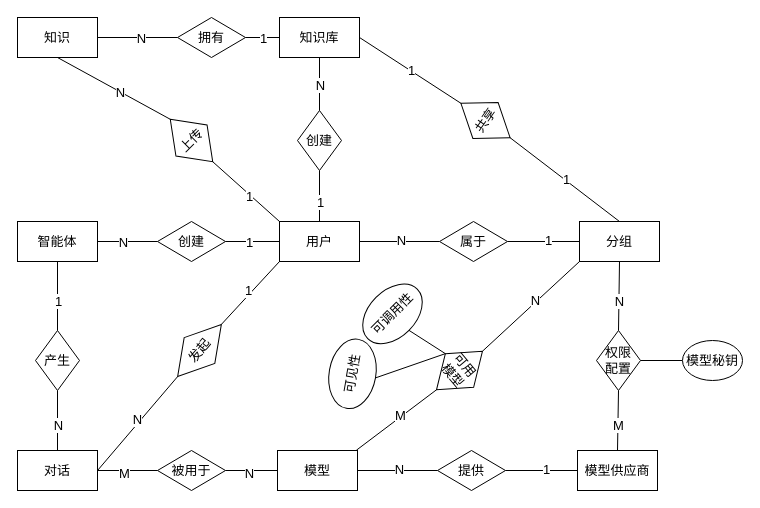
This is 实体联系图.drawio from Chentx1243/draw.io, a draw.io file, before an edit. Source tidied: cells renumbered, new cells numbered last; positions are measured from the earlier drawing's top-left corner, leaving out a move shared by most shapes. Both pictures are drawn from the tidied source at 100%, with x=0, y=0 at pixel (17, 17).
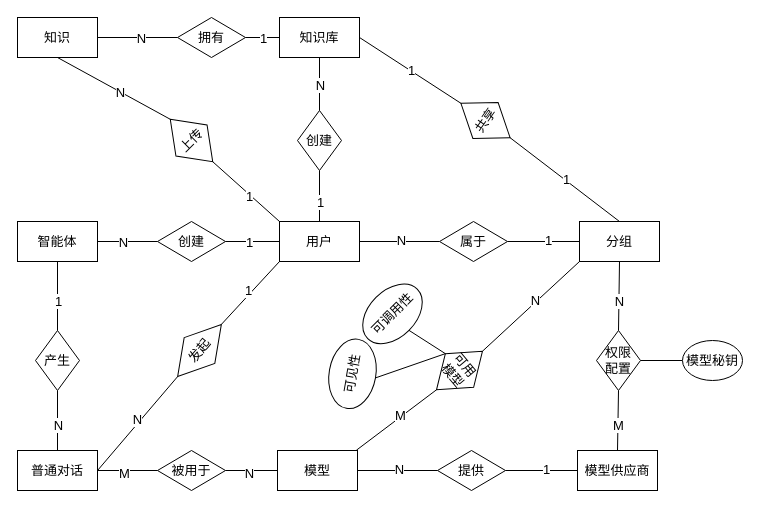
After the change.

Commit message (it also covers changes not shown here):
更新实体联系图.drawio

Change to the diagram source:
```diff
@@
-    <mxCell id="17" value="对话" style="rounded=0;whiteSpace=wrap;html=1;fontFamily=宋体;fontSize=13;" parent="1" vertex="1">
+    <mxCell id="17" value="普通对话" style="rounded=0;whiteSpace=wrap;html=1;fontFamily=宋体;fontSize=13;" parent="1" vertex="1">
       <mxGeometry y="433" width="80" height="40" as="geometry" />
     </mxCell>
```
